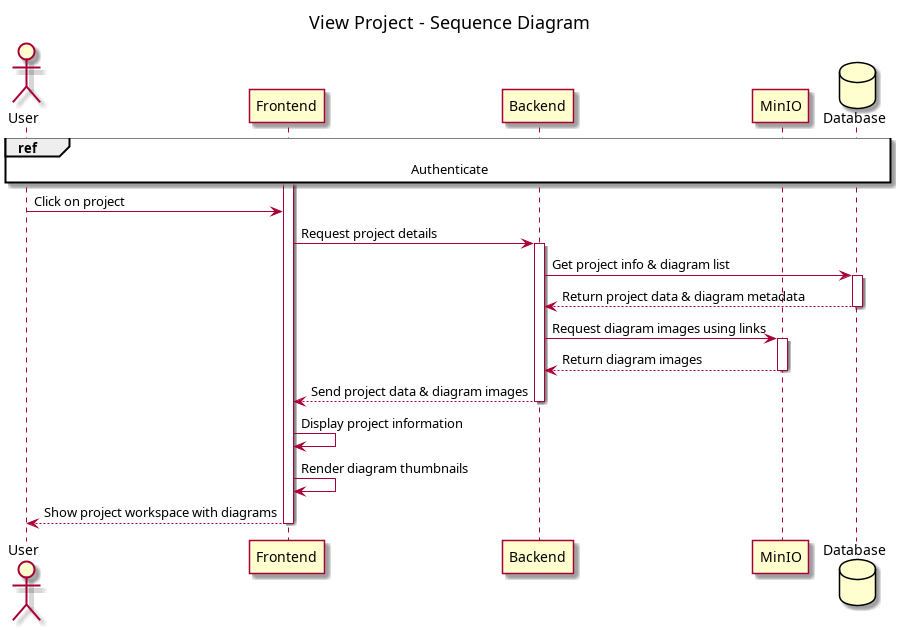
Before: conception/SprintIII/sequence_diagrams/sequence_projectManagement_3_2_ViewProjectDetails.png, a diagram exported from PlantUML (souhaib-askri/report_pfe). Its source is kept beside it as conception/SprintIII/sequence_diagrams/sequence_projectManagement_3_2_ViewProjectDetails.puml. Source of this version:
```plantuml
@startuml
title View Project - Sequence Diagram

actor User
participant Frontend
participant Backend
participant MinIO
database Database

ref over User, Database: Authenticate

activate Frontend

User -> Frontend: Click on project
Frontend -> Backend: Request project details
activate Backend

Backend -> Database: Get project info & diagram list
activate Database
Database --> Backend: Return project data & diagram metadata
deactivate Database

Backend -> MinIO: Request diagram images using links
activate MinIO
MinIO --> Backend: Return diagram images
deactivate MinIO

Backend --> Frontend: Send project data & diagram images
deactivate Backend

Frontend -> Frontend: Display project information
Frontend -> Frontend: Render diagram thumbnails
Frontend --> User: Show project workspace with diagrams
deactivate Frontend

@enduml
```
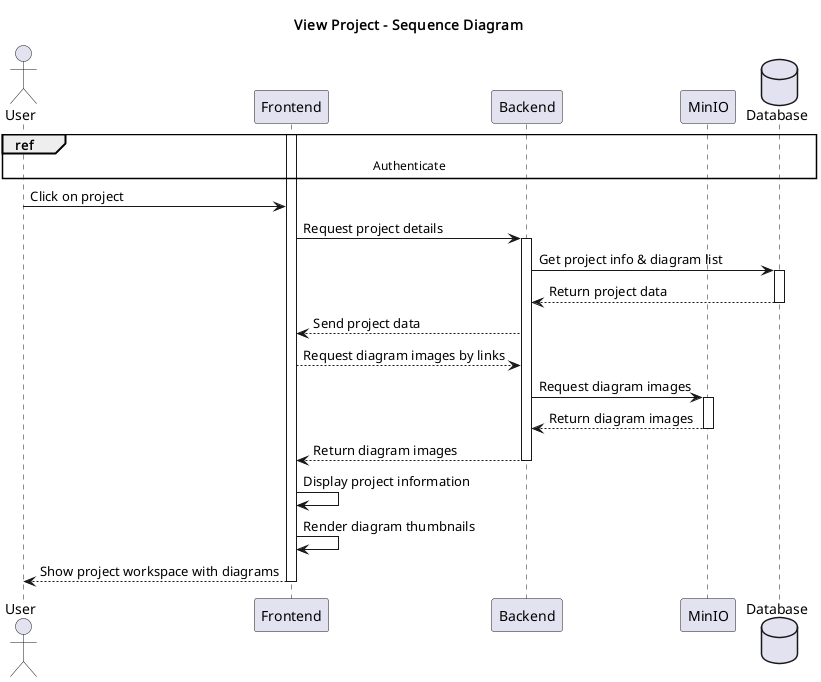
After the change.

Change to the diagram source:
```diff
@@ -17,15 +17,21 @@
 
 Backend -> Database: Get project info & diagram list
 activate Database
-Database --> Backend: Return project data & diagram metadata
+Database --> Backend: Return project data
 deactivate Database
 
-Backend -> MinIO: Request diagram images using links
+
+Backend --> Frontend: Send project data
+Frontend --> Backend: Request diagram images by links
+
+
+Backend -> MinIO: Request diagram images
 activate MinIO
 MinIO --> Backend: Return diagram images
 deactivate MinIO
 
-Backend --> Frontend: Send project data & diagram images
+Backend --> Frontend: Return diagram images
+
 deactivate Backend
 
 Frontend -> Frontend: Display project information
```
